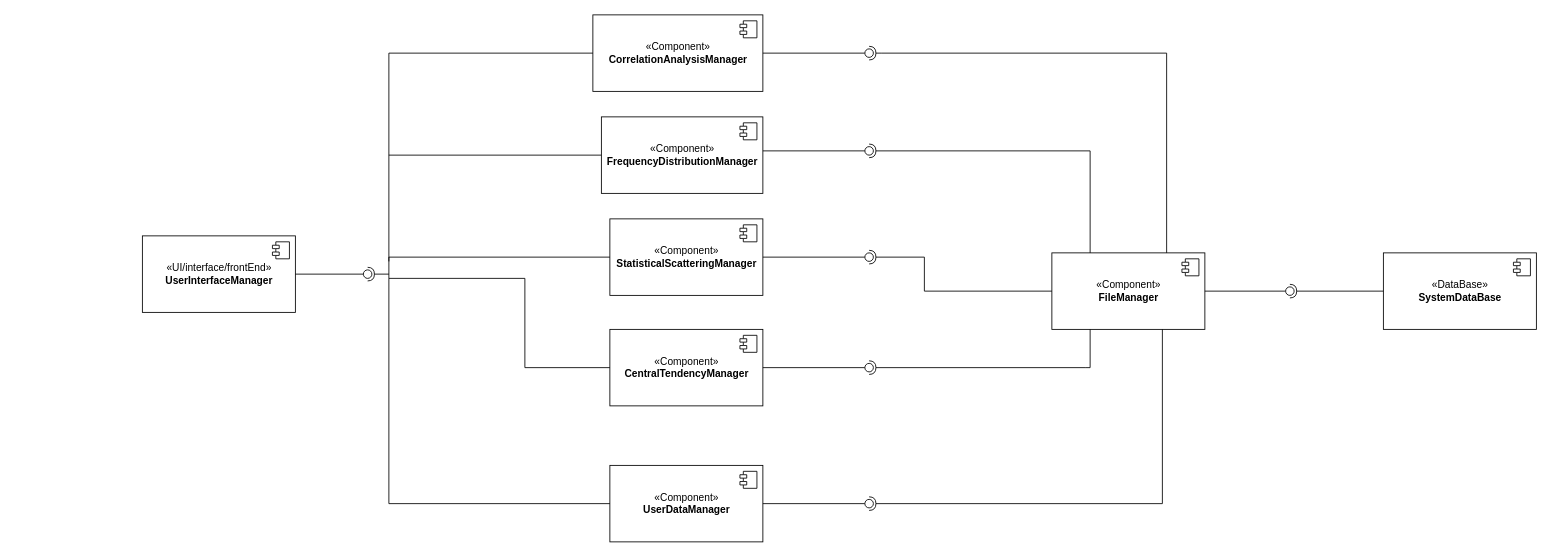
The draw.io diagram ComponentDiagram.drawio in Yofko/pts-project, before the edit. Source tidied: cells renumbered, new cells numbered last; positions are measured from the earlier drawing's top-left corner, leaving out a move shared by most shapes. Both pictures are drawn from the tidied source at 85%, with x=0, y=0 at pixel (142, 14).
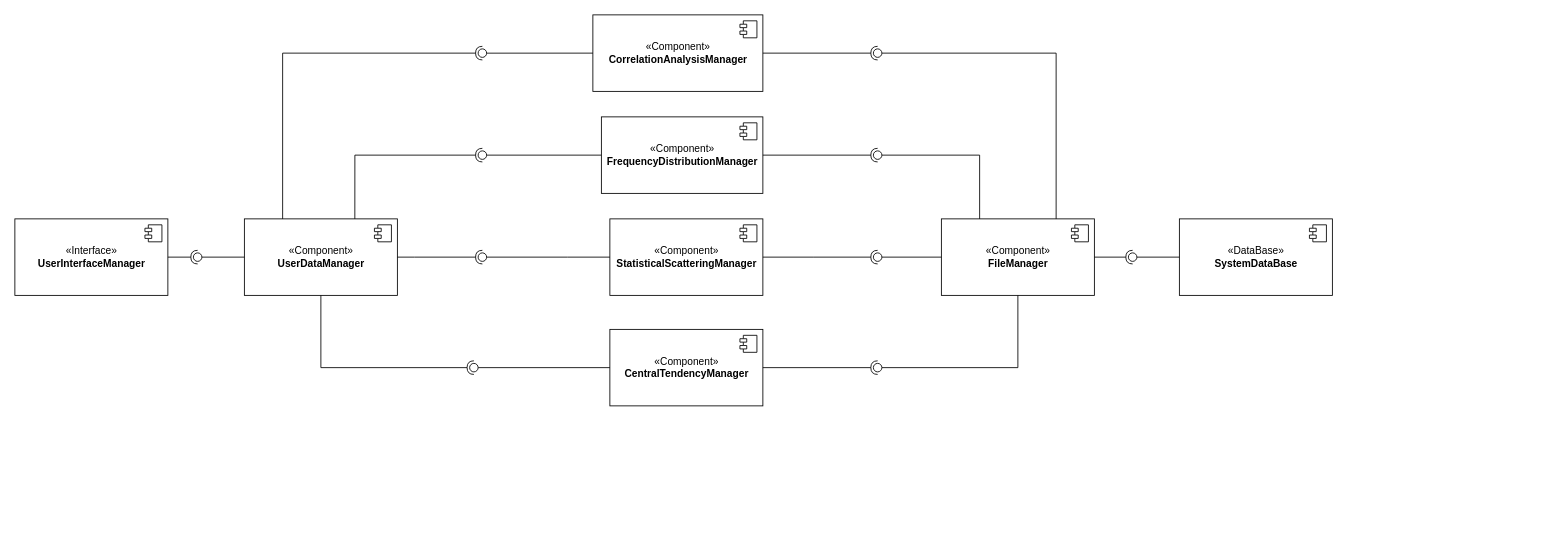
The same diagram, later.

The change refers to these unchanged cells:
```xml
<mxCell id="6" value="«Component»&lt;br&gt;&lt;b&gt;CentralTendencyManager&lt;/b&gt;" style="html=1;" parent="1" vertex="1">
  <mxGeometry x="550" y="370" width="180" height="90" as="geometry" />
</mxCell>
<mxCell id="8" value="«Component»&lt;br&gt;&lt;div&gt;&lt;b&gt;StatisticalScatteringManager&lt;/b&gt;&lt;/div&gt;" style="html=1;" parent="1" vertex="1">
  <mxGeometry x="550" y="240" width="180" height="90" as="geometry" />
</mxCell>
<mxCell id="10" value="«Component»&lt;br&gt;&lt;b&gt;FrequencyDistributionManager&lt;/b&gt;" style="html=1;" parent="1" vertex="1">
  <mxGeometry x="540" y="120" width="190" height="90" as="geometry" />
</mxCell>
<mxCell id="12" value="«Component»&lt;br&gt;&lt;b&gt;CorrelationAnalysisManager&lt;/b&gt;" style="html=1;" parent="1" vertex="1">
  <mxGeometry x="530" width="200" height="90" as="geometry" />
</mxCell>
```

Change to the diagram source:
```diff
@@
     <mxCell id="2" value="«Component»&lt;br&gt;&lt;b&gt;FileManager&lt;/b&gt;" style="html=1;" parent="1" vertex="1">
-      <mxGeometry x="1070" y="280" width="180" height="90" as="geometry" />
+      <mxGeometry x="940" y="240" width="180" height="90" as="geometry" />
     </mxCell>
-    <mxCell id="3" style="shape=module;jettyWidth=8;jettyHeight=4;" parent="2" vertex="1">
-      <mxGeometry x="1" width="20" height="20" relative="1" as="geometry">
-        <mxPoint x="-27" y="7" as="offset" />
-      </mxGeometry>
-    </mxCell>
+    <mxCell id="44" style="shape=module;jettyWidth=8;jettyHeight=4;" parent="2" vertex="1">
+      <mxGeometry x="1" width="20" height="20" relative="1" as="geometry">
+        <mxPoint x="-27" y="7" as="offset" />
+      </mxGeometry>
+    </mxCell>
     <mxCell id="4" value="«Component»&lt;br&gt;&lt;b&gt;UserDataManager&lt;/b&gt;" style="html=1;" parent="1" vertex="1">
-      <mxGeometry x="550" y="530" width="180" height="90" as="geometry" />
+      <mxGeometry x="120" y="240" width="180" height="90" as="geometry" />
     </mxCell>
-    <mxCell id="5" style="shape=module;jettyWidth=8;jettyHeight=4;" parent="4" vertex="1">
-      <mxGeometry x="1" width="20" height="20" relative="1" as="geometry">
-        <mxPoint x="-27" y="7" as="offset" />
-      </mxGeometry>
-    </mxCell>
+    <mxCell id="45" style="shape=module;jettyWidth=8;jettyHeight=4;" parent="4" vertex="1">
+      <mxGeometry x="1" width="20" height="20" relative="1" as="geometry">
+        <mxPoint x="-27" y="7" as="offset" />
+      </mxGeometry>
+    </mxCell>
@@
-    <mxCell id="7" style="shape=module;jettyWidth=8;jettyHeight=4;" parent="6" vertex="1">
-      <mxGeometry x="1" width="20" height="20" relative="1" as="geometry">
-        <mxPoint x="-27" y="7" as="offset" />
-      </mxGeometry>
-    </mxCell>
+    <mxCell id="46" style="shape=module;jettyWidth=8;jettyHeight=4;" parent="6" vertex="1">
+      <mxGeometry x="1" width="20" height="20" relative="1" as="geometry">
+        <mxPoint x="-27" y="7" as="offset" />
+      </mxGeometry>
+    </mxCell>
@@
-    <mxCell id="9" style="shape=module;jettyWidth=8;jettyHeight=4;" parent="8" vertex="1">
-      <mxGeometry x="1" width="20" height="20" relative="1" as="geometry">
-        <mxPoint x="-27" y="7" as="offset" />
-      </mxGeometry>
-    </mxCell>
+    <mxCell id="47" style="shape=module;jettyWidth=8;jettyHeight=4;" parent="8" vertex="1">
+      <mxGeometry x="1" width="20" height="20" relative="1" as="geometry">
+        <mxPoint x="-27" y="7" as="offset" />
+      </mxGeometry>
+    </mxCell>
@@
-    <mxCell id="11" style="shape=module;jettyWidth=8;jettyHeight=4;" parent="10" vertex="1">
-      <mxGeometry x="1" width="20" height="20" relative="1" as="geometry">
-        <mxPoint x="-27" y="7" as="offset" />
-      </mxGeometry>
-    </mxCell>
+    <mxCell id="48" style="shape=module;jettyWidth=8;jettyHeight=4;" parent="10" vertex="1">
+      <mxGeometry x="1" width="20" height="20" relative="1" as="geometry">
+        <mxPoint x="-27" y="7" as="offset" />
+      </mxGeometry>
+    </mxCell>
@@
-    <mxCell id="13" style="shape=module;jettyWidth=8;jettyHeight=4;" parent="12" vertex="1">
-      <mxGeometry x="1" width="20" height="20" relative="1" as="geometry">
-        <mxPoint x="-27" y="7" as="offset" />
-      </mxGeometry>
-    </mxCell>
-    <mxCell id="14" value="«UI/interface/frontEnd»&lt;br&gt;&lt;b&gt;UserInterfaceManager&lt;/b&gt;" style="html=1;" parent="1" vertex="1">
-      <mxGeometry y="260" width="180" height="90" as="geometry" />
-    </mxCell>
-    <mxCell id="15" style="shape=module;jettyWidth=8;jettyHeight=4;" parent="14" vertex="1">
-      <mxGeometry x="1" width="20" height="20" relative="1" as="geometry">
-        <mxPoint x="-27" y="7" as="offset" />
-      </mxGeometry>
-    </mxCell>
-    <mxCell id="16" style="rounded=0;jettySize=auto;html=1;endArrow=none;endFill=0;sketch=0;sourcePerimeterSpacing=0;targetPerimeterSpacing=0;exitX=1;exitY=0.5;exitDx=0;exitDy=0;" parent="1" edge="1" source="12" target="18">
-      <mxGeometry relative="1" as="geometry" />
-    </mxCell>
-    <mxCell id="17" style="rounded=0;jettySize=auto;html=1;endArrow=halfCircle;endFill=0;entryX=0.5;entryY=0.5;endSize=6;strokeWidth=1;sketch=0;exitX=0.75;exitY=0;exitDx=0;exitDy=0;" parent="1" edge="1" source="2" target="18">
-      <mxGeometry relative="1" as="geometry">
-        <Array as="points">
-          <mxPoint x="1205" y="45" />
-          <mxPoint x="870" y="45" />
-        </Array>
-      </mxGeometry>
-    </mxCell>
-    <mxCell id="18" style="ellipse;whiteSpace=wrap;html=1;align=center;points=[];outlineConnect=0;sketch=0;" parent="1" vertex="1">
-      <mxGeometry x="850" y="40" width="10" height="10" as="geometry" />
-    </mxCell>
-    <mxCell id="19" style="rounded=0;jettySize=auto;html=1;endArrow=none;endFill=0;sketch=0;sourcePerimeterSpacing=0;targetPerimeterSpacing=0;" parent="1" edge="1" target="21">
-      <mxGeometry relative="1" as="geometry">
-        <mxPoint x="730" y="160" as="sourcePoint" />
-      </mxGeometry>
-    </mxCell>
-    <mxCell id="20" style="rounded=0;jettySize=auto;html=1;endArrow=halfCircle;endFill=0;entryX=0.5;entryY=0.5;endSize=6;strokeWidth=1;sketch=0;exitX=0.25;exitY=0;exitDx=0;exitDy=0;" parent="1" edge="1" source="2" target="21">
-      <mxGeometry relative="1" as="geometry">
-        <Array as="points">
-          <mxPoint x="1115" y="160" />
-        </Array>
-      </mxGeometry>
-    </mxCell>
-    <mxCell id="21" style="ellipse;whiteSpace=wrap;html=1;align=center;points=[];outlineConnect=0;sketch=0;" parent="1" vertex="1">
-      <mxGeometry x="850" y="155" width="10" height="10" as="geometry" />
-    </mxCell>
-    <mxCell id="22" style="rounded=0;jettySize=auto;html=1;endArrow=none;endFill=0;sketch=0;sourcePerimeterSpacing=0;targetPerimeterSpacing=0;exitX=1;exitY=0.5;exitDx=0;exitDy=0;" parent="1" edge="1" source="8" target="24">
-      <mxGeometry relative="1" as="geometry" />
-    </mxCell>
-    <mxCell id="23" style="rounded=0;jettySize=auto;html=1;endArrow=halfCircle;endFill=0;entryX=0.5;entryY=0.5;endSize=6;strokeWidth=1;sketch=0;exitX=0;exitY=0.5;exitDx=0;exitDy=0;" parent="1" edge="1" source="2" target="24">
-      <mxGeometry relative="1" as="geometry">
-        <Array as="points">
-          <mxPoint x="920" y="325" />
-          <mxPoint x="920" y="285" />
-        </Array>
-      </mxGeometry>
-    </mxCell>
-    <mxCell id="24" style="ellipse;whiteSpace=wrap;html=1;align=center;points=[];outlineConnect=0;sketch=0;" parent="1" vertex="1">
-      <mxGeometry x="850" y="280" width="10" height="10" as="geometry" />
-    </mxCell>
-    <mxCell id="25" style="rounded=0;jettySize=auto;html=1;endArrow=none;endFill=0;sketch=0;sourcePerimeterSpacing=0;targetPerimeterSpacing=0;exitX=1;exitY=0.5;exitDx=0;exitDy=0;" parent="1" edge="1" source="6" target="27">
-      <mxGeometry relative="1" as="geometry" />
-    </mxCell>
-    <mxCell id="26" style="rounded=0;jettySize=auto;html=1;endArrow=halfCircle;endFill=0;entryX=0.5;entryY=0.5;endSize=6;strokeWidth=1;sketch=0;exitX=0.25;exitY=1;exitDx=0;exitDy=0;" parent="1" edge="1" source="2" target="27">
-      <mxGeometry relative="1" as="geometry">
-        <Array as="points">
-          <mxPoint x="1115" y="415" />
-          <mxPoint x="1110" y="415" />
-        </Array>
-      </mxGeometry>
-    </mxCell>
-    <mxCell id="27" style="ellipse;whiteSpace=wrap;html=1;align=center;points=[];outlineConnect=0;sketch=0;" parent="1" vertex="1">
-      <mxGeometry x="850" y="410" width="10" height="10" as="geometry" />
-    </mxCell>
-    <mxCell id="28" style="rounded=0;jettySize=auto;html=1;endArrow=none;endFill=0;sketch=0;sourcePerimeterSpacing=0;targetPerimeterSpacing=0;exitX=1;exitY=0.5;exitDx=0;exitDy=0;" parent="1" edge="1" source="4" target="30">
-      <mxGeometry relative="1" as="geometry" />
-    </mxCell>
-    <mxCell id="29" style="rounded=0;jettySize=auto;html=1;endArrow=halfCircle;endFill=0;entryX=0.5;entryY=0.5;endSize=6;strokeWidth=1;sketch=0;" parent="1" edge="1" target="30">
-      <mxGeometry relative="1" as="geometry">
-        <mxPoint x="1200" y="370" as="sourcePoint" />
-        <Array as="points">
-          <mxPoint x="1200" y="575" />
-        </Array>
-      </mxGeometry>
-    </mxCell>
-    <mxCell id="30" style="ellipse;whiteSpace=wrap;html=1;align=center;points=[];outlineConnect=0;sketch=0;" parent="1" vertex="1">
-      <mxGeometry x="850" y="570" width="10" height="10" as="geometry" />
-    </mxCell>
-    <mxCell id="31" style="rounded=0;jettySize=auto;html=1;endArrow=none;endFill=0;sketch=0;sourcePerimeterSpacing=0;targetPerimeterSpacing=0;" parent="1" edge="1" source="14" target="33">
-      <mxGeometry relative="1" as="geometry" />
-    </mxCell>
-    <mxCell id="32" style="rounded=0;jettySize=auto;html=1;endArrow=halfCircle;endFill=0;entryX=0.5;entryY=0.5;endSize=6;strokeWidth=1;sketch=0;" parent="1" edge="1" target="33">
-      <mxGeometry relative="1" as="geometry">
-        <mxPoint x="290" y="305" as="sourcePoint" />
-      </mxGeometry>
-    </mxCell>
-    <mxCell id="33" style="ellipse;whiteSpace=wrap;html=1;align=center;points=[];outlineConnect=0;sketch=0;" parent="1" vertex="1">
-      <mxGeometry x="260" y="300" width="10" height="10" as="geometry" />
-    </mxCell>
-    <mxCell id="34" style="endArrow=none;html=1;rounded=0;entryX=0;entryY=0.5;entryDx=0;entryDy=0;" parent="1" edge="1" target="4">
-      <mxGeometry relative="1" as="geometry">
-        <mxPoint x="290" y="310" as="sourcePoint" />
-        <Array as="points">
-          <mxPoint x="290" y="575" />
-        </Array>
-      </mxGeometry>
-    </mxCell>
-    <mxCell id="35" style="endArrow=none;html=1;rounded=0;entryX=0;entryY=0.5;entryDx=0;entryDy=0;" parent="1" edge="1" target="6">
-      <mxGeometry relative="1" as="geometry">
-        <mxPoint x="290" y="310" as="sourcePoint" />
-        <Array as="points">
-          <mxPoint x="450" y="310" />
-          <mxPoint x="450" y="415" />
-        </Array>
-      </mxGeometry>
-    </mxCell>
-    <mxCell id="36" style="endArrow=none;html=1;rounded=0;entryX=0;entryY=0.5;entryDx=0;entryDy=0;" parent="1" edge="1" target="8">
-      <mxGeometry relative="1" as="geometry">
-        <mxPoint x="290" y="310" as="sourcePoint" />
-        <Array as="points">
-          <mxPoint x="290" y="285" />
-        </Array>
-      </mxGeometry>
-    </mxCell>
-    <mxCell id="37" style="endArrow=none;html=1;rounded=0;entryX=0;entryY=0.5;entryDx=0;entryDy=0;" parent="1" edge="1" target="12">
-      <mxGeometry relative="1" as="geometry">
-        <mxPoint x="290" y="290" as="sourcePoint" />
-        <Array as="points">
-          <mxPoint x="290" y="45" />
-        </Array>
-      </mxGeometry>
-    </mxCell>
-    <mxCell id="38" style="endArrow=none;html=1;rounded=0;entryX=0;entryY=0.5;entryDx=0;entryDy=0;" parent="1" edge="1" target="10">
-      <mxGeometry relative="1" as="geometry">
-        <mxPoint x="290" y="165" as="sourcePoint" />
-      </mxGeometry>
-    </mxCell>
+    <mxCell id="49" style="shape=module;jettyWidth=8;jettyHeight=4;" parent="12" vertex="1">
+      <mxGeometry x="1" width="20" height="20" relative="1" as="geometry">
+        <mxPoint x="-27" y="7" as="offset" />
+      </mxGeometry>
+    </mxCell>
+    <mxCell id="50" value="«Interface»&lt;br&gt;&lt;b&gt;UserInterfaceManager&lt;/b&gt;" style="html=1;" parent="1" vertex="1">
+      <mxGeometry x="-150" y="240" width="180" height="90" as="geometry" />
+    </mxCell>
+    <mxCell id="51" style="shape=module;jettyWidth=8;jettyHeight=4;" parent="50" vertex="1">
+      <mxGeometry x="1" width="20" height="20" relative="1" as="geometry">
+        <mxPoint x="-27" y="7" as="offset" />
+      </mxGeometry>
+    </mxCell>
+    <mxCell id="52" style="rounded=0;jettySize=auto;html=1;endArrow=none;endFill=0;sketch=0;sourcePerimeterSpacing=0;targetPerimeterSpacing=0;exitX=0;exitY=0.5;exitDx=0;exitDy=0;" parent="1" edge="1" source="2" target="54">
+      <mxGeometry relative="1" as="geometry" />
+    </mxCell>
+    <mxCell id="53" style="rounded=0;jettySize=auto;html=1;endArrow=halfCircle;endFill=0;entryX=0.5;entryY=0.5;endSize=6;strokeWidth=1;sketch=0;exitX=1;exitY=0.5;exitDx=0;exitDy=0;" parent="1" edge="1" source="8" target="54">
+      <mxGeometry relative="1" as="geometry">
+        <Array as="points">
+          <mxPoint x="790" y="285" />
+        </Array>
+      </mxGeometry>
+    </mxCell>
+    <mxCell id="54" style="ellipse;whiteSpace=wrap;html=1;align=center;points=[];outlineConnect=0;sketch=0;" parent="1" vertex="1">
+      <mxGeometry x="860" y="280" width="10" height="10" as="geometry" />
+    </mxCell>
+    <mxCell id="55" style="rounded=0;jettySize=auto;html=1;endArrow=none;endFill=0;sketch=0;sourcePerimeterSpacing=0;targetPerimeterSpacing=0;exitX=0.5;exitY=1;exitDx=0;exitDy=0;" parent="1" edge="1" source="2" target="57">
+      <mxGeometry relative="1" as="geometry">
+        <Array as="points">
+          <mxPoint x="1030" y="415" />
+        </Array>
+      </mxGeometry>
+    </mxCell>
+    <mxCell id="56" style="rounded=0;jettySize=auto;html=1;endArrow=halfCircle;endFill=0;entryX=0.5;entryY=0.5;endSize=6;strokeWidth=1;sketch=0;exitX=1;exitY=0.5;exitDx=0;exitDy=0;" parent="1" edge="1" source="6" target="57">
+      <mxGeometry relative="1" as="geometry" />
+    </mxCell>
+    <mxCell id="57" style="ellipse;whiteSpace=wrap;html=1;align=center;points=[];outlineConnect=0;sketch=0;" parent="1" vertex="1">
+      <mxGeometry x="860" y="410" width="10" height="10" as="geometry" />
+    </mxCell>
+    <mxCell id="58" style="rounded=0;jettySize=auto;html=1;endArrow=none;endFill=0;sketch=0;sourcePerimeterSpacing=0;targetPerimeterSpacing=0;exitX=0;exitY=0.5;exitDx=0;exitDy=0;" parent="1" edge="1" source="4" target="60">
+      <mxGeometry relative="1" as="geometry" />
+    </mxCell>
+    <mxCell id="59" style="rounded=0;jettySize=auto;html=1;endArrow=halfCircle;endFill=0;entryX=0.5;entryY=0.5;endSize=6;strokeWidth=1;sketch=0;exitX=1;exitY=0.5;exitDx=0;exitDy=0;" parent="1" edge="1" source="50" target="60">
+      <mxGeometry relative="1" as="geometry" />
+    </mxCell>
+    <mxCell id="60" style="ellipse;whiteSpace=wrap;html=1;align=center;points=[];outlineConnect=0;sketch=0;" parent="1" vertex="1">
+      <mxGeometry x="60" y="280" width="10" height="10" as="geometry" />
+    </mxCell>
     <mxCell id="39" value="«DataBase»&lt;br&gt;&lt;b&gt;SystemDataBase&lt;/b&gt;" style="html=1;" parent="1" vertex="1">
-      <mxGeometry x="1460" y="280" width="180" height="90" as="geometry" />
+      <mxGeometry x="1220" y="240" width="180" height="90" as="geometry" />
     </mxCell>
-    <mxCell id="40" style="shape=module;jettyWidth=8;jettyHeight=4;" parent="39" vertex="1">
-      <mxGeometry x="1" width="20" height="20" relative="1" as="geometry">
-        <mxPoint x="-27" y="7" as="offset" />
-      </mxGeometry>
-    </mxCell>
-    <mxCell id="41" style="rounded=0;jettySize=auto;html=1;endArrow=none;endFill=0;sketch=0;sourcePerimeterSpacing=0;targetPerimeterSpacing=0;exitX=1;exitY=0.5;exitDx=0;exitDy=0;" parent="1" edge="1" source="2" target="43">
-      <mxGeometry relative="1" as="geometry" />
-    </mxCell>
-    <mxCell id="42" style="rounded=0;jettySize=auto;html=1;endArrow=halfCircle;endFill=0;entryX=0.5;entryY=0.5;endSize=6;strokeWidth=1;sketch=0;exitX=0;exitY=0.5;exitDx=0;exitDy=0;" parent="1" edge="1" source="39" target="43">
-      <mxGeometry relative="1" as="geometry" />
-    </mxCell>
-    <mxCell id="43" style="ellipse;whiteSpace=wrap;html=1;align=center;points=[];outlineConnect=0;sketch=0;" parent="1" vertex="1">
-      <mxGeometry x="1345" y="320" width="10" height="10" as="geometry" />
-    </mxCell>
+    <mxCell id="61" style="shape=module;jettyWidth=8;jettyHeight=4;" parent="39" vertex="1">
+      <mxGeometry x="1" width="20" height="20" relative="1" as="geometry">
+        <mxPoint x="-27" y="7" as="offset" />
+      </mxGeometry>
+    </mxCell>
+    <mxCell id="62" style="rounded=0;jettySize=auto;html=1;endArrow=none;endFill=0;sketch=0;sourcePerimeterSpacing=0;targetPerimeterSpacing=0;exitX=0;exitY=0.5;exitDx=0;exitDy=0;" parent="1" edge="1" source="10" target="64">
+      <mxGeometry relative="1" as="geometry" />
+    </mxCell>
+    <mxCell id="63" style="rounded=0;jettySize=auto;html=1;endArrow=halfCircle;endFill=0;entryX=0.5;entryY=0.5;endSize=6;strokeWidth=1;sketch=0;exitX=0.722;exitY=0;exitDx=0;exitDy=0;exitPerimeter=0;" parent="1" edge="1" source="4" target="64">
+      <mxGeometry relative="1" as="geometry">
+        <Array as="points">
+          <mxPoint x="250" y="165" />
+        </Array>
+      </mxGeometry>
+    </mxCell>
+    <mxCell id="64" style="ellipse;whiteSpace=wrap;html=1;align=center;points=[];outlineConnect=0;sketch=0;" parent="1" vertex="1">
+      <mxGeometry x="395" y="160" width="10" height="10" as="geometry" />
+    </mxCell>
+    <mxCell id="65" style="rounded=0;jettySize=auto;html=1;endArrow=none;endFill=0;sketch=0;sourcePerimeterSpacing=0;targetPerimeterSpacing=0;exitX=0;exitY=0.5;exitDx=0;exitDy=0;" parent="1" edge="1" source="8" target="67">
+      <mxGeometry relative="1" as="geometry">
+        <Array as="points">
+          <mxPoint x="500" y="285" />
+        </Array>
+      </mxGeometry>
+    </mxCell>
+    <mxCell id="66" style="rounded=0;jettySize=auto;html=1;endArrow=halfCircle;endFill=0;entryX=0.5;entryY=0.5;endSize=6;strokeWidth=1;sketch=0;exitX=1;exitY=0.5;exitDx=0;exitDy=0;" parent="1" edge="1" source="4" target="67">
+      <mxGeometry relative="1" as="geometry">
+        <Array as="points">
+          <mxPoint x="320" y="285" />
+        </Array>
+      </mxGeometry>
+    </mxCell>
+    <mxCell id="67" style="ellipse;whiteSpace=wrap;html=1;align=center;points=[];outlineConnect=0;sketch=0;" parent="1" vertex="1">
+      <mxGeometry x="395" y="280" width="10" height="10" as="geometry" />
+    </mxCell>
+    <mxCell id="68" style="rounded=0;jettySize=auto;html=1;endArrow=none;endFill=0;sketch=0;sourcePerimeterSpacing=0;targetPerimeterSpacing=0;exitX=0;exitY=0.5;exitDx=0;exitDy=0;" parent="1" edge="1" source="6" target="70">
+      <mxGeometry relative="1" as="geometry" />
+    </mxCell>
+    <mxCell id="69" style="rounded=0;jettySize=auto;html=1;endArrow=halfCircle;endFill=0;entryX=0.5;entryY=0.5;endSize=6;strokeWidth=1;sketch=0;exitX=0.5;exitY=1;exitDx=0;exitDy=0;" parent="1" edge="1" source="4" target="70">
+      <mxGeometry relative="1" as="geometry">
+        <Array as="points">
+          <mxPoint x="210" y="415" />
+        </Array>
+      </mxGeometry>
+    </mxCell>
+    <mxCell id="70" style="ellipse;whiteSpace=wrap;html=1;align=center;points=[];outlineConnect=0;sketch=0;" parent="1" vertex="1">
+      <mxGeometry x="385" y="410" width="10" height="10" as="geometry" />
+    </mxCell>
+    <mxCell id="71" style="rounded=0;jettySize=auto;html=1;endArrow=none;endFill=0;sketch=0;sourcePerimeterSpacing=0;targetPerimeterSpacing=0;exitX=0;exitY=0.5;exitDx=0;exitDy=0;" parent="1" edge="1" source="39" target="73">
+      <mxGeometry relative="1" as="geometry" />
+    </mxCell>
+    <mxCell id="72" style="rounded=0;jettySize=auto;html=1;endArrow=halfCircle;endFill=0;entryX=0.5;entryY=0.5;endSize=6;strokeWidth=1;sketch=0;exitX=1;exitY=0.5;exitDx=0;exitDy=0;" parent="1" edge="1" source="2" target="73">
+      <mxGeometry relative="1" as="geometry" />
+    </mxCell>
+    <mxCell id="73" style="ellipse;whiteSpace=wrap;html=1;align=center;points=[];outlineConnect=0;sketch=0;" parent="1" vertex="1">
+      <mxGeometry x="1160" y="280" width="10" height="10" as="geometry" />
+    </mxCell>
+    <mxCell id="74" style="rounded=0;jettySize=auto;html=1;endArrow=none;endFill=0;sketch=0;sourcePerimeterSpacing=0;targetPerimeterSpacing=0;exitX=0.75;exitY=0;exitDx=0;exitDy=0;" parent="1" edge="1" source="2" target="76">
+      <mxGeometry relative="1" as="geometry">
+        <Array as="points">
+          <mxPoint x="1075" y="45" />
+        </Array>
+      </mxGeometry>
+    </mxCell>
+    <mxCell id="75" style="rounded=0;jettySize=auto;html=1;endArrow=halfCircle;endFill=0;entryX=0.5;entryY=0.5;endSize=6;strokeWidth=1;sketch=0;exitX=1;exitY=0.5;exitDx=0;exitDy=0;" parent="1" edge="1" source="12" target="76">
+      <mxGeometry relative="1" as="geometry" />
+    </mxCell>
+    <mxCell id="76" style="ellipse;whiteSpace=wrap;html=1;align=center;points=[];outlineConnect=0;sketch=0;" parent="1" vertex="1">
+      <mxGeometry x="860" y="40" width="10" height="10" as="geometry" />
+    </mxCell>
+    <mxCell id="77" style="rounded=0;jettySize=auto;html=1;endArrow=none;endFill=0;sketch=0;sourcePerimeterSpacing=0;targetPerimeterSpacing=0;exitX=0.25;exitY=0;exitDx=0;exitDy=0;" parent="1" edge="1" source="2" target="79">
+      <mxGeometry relative="1" as="geometry">
+        <Array as="points">
+          <mxPoint x="985" y="165" />
+        </Array>
+      </mxGeometry>
+    </mxCell>
+    <mxCell id="78" style="rounded=0;jettySize=auto;html=1;endArrow=halfCircle;endFill=0;entryX=0.5;entryY=0.5;endSize=6;strokeWidth=1;sketch=0;exitX=1;exitY=0.5;exitDx=0;exitDy=0;" parent="1" edge="1" source="10" target="79">
+      <mxGeometry relative="1" as="geometry" />
+    </mxCell>
+    <mxCell id="79" style="ellipse;whiteSpace=wrap;html=1;align=center;points=[];outlineConnect=0;sketch=0;" parent="1" vertex="1">
+      <mxGeometry x="860" y="160" width="10" height="10" as="geometry" />
+    </mxCell>
+    <mxCell id="80" style="rounded=0;jettySize=auto;html=1;endArrow=none;endFill=0;sketch=0;sourcePerimeterSpacing=0;targetPerimeterSpacing=0;exitX=0;exitY=0.5;exitDx=0;exitDy=0;" parent="1" edge="1" source="12" target="82">
+      <mxGeometry relative="1" as="geometry" />
+    </mxCell>
+    <mxCell id="81" style="rounded=0;jettySize=auto;html=1;endArrow=halfCircle;endFill=0;entryX=0.5;entryY=0.5;endSize=6;strokeWidth=1;sketch=0;exitX=0.25;exitY=0;exitDx=0;exitDy=0;" parent="1" edge="1" source="4" target="82">
+      <mxGeometry relative="1" as="geometry">
+        <Array as="points">
+          <mxPoint x="165" y="45" />
+        </Array>
+      </mxGeometry>
+    </mxCell>
+    <mxCell id="82" style="ellipse;whiteSpace=wrap;html=1;align=center;points=[];outlineConnect=0;sketch=0;" parent="1" vertex="1">
+      <mxGeometry x="395" y="40" width="10" height="10" as="geometry" />
+    </mxCell>
```
